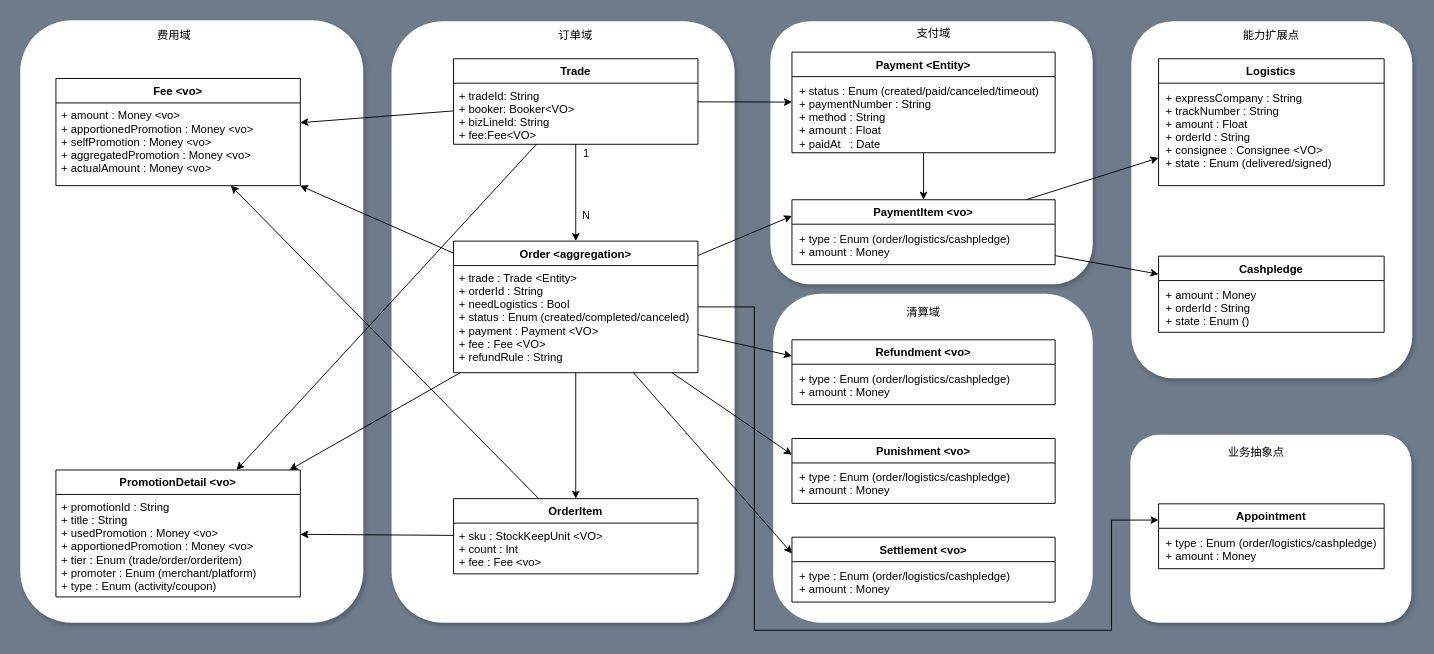
The draw.io diagram page "订单中心UML" (10 of 16) of 业务系统架构.drawio in NonePro/UML, before the edit. Source tidied: cells renumbered, new cells numbered last; positions are measured from the earlier drawing's top-left corner, leaving out a move shared by most shapes. Both pictures are drawn from the tidied source at 94%, with x=0, y=0 at pixel (20, 20).
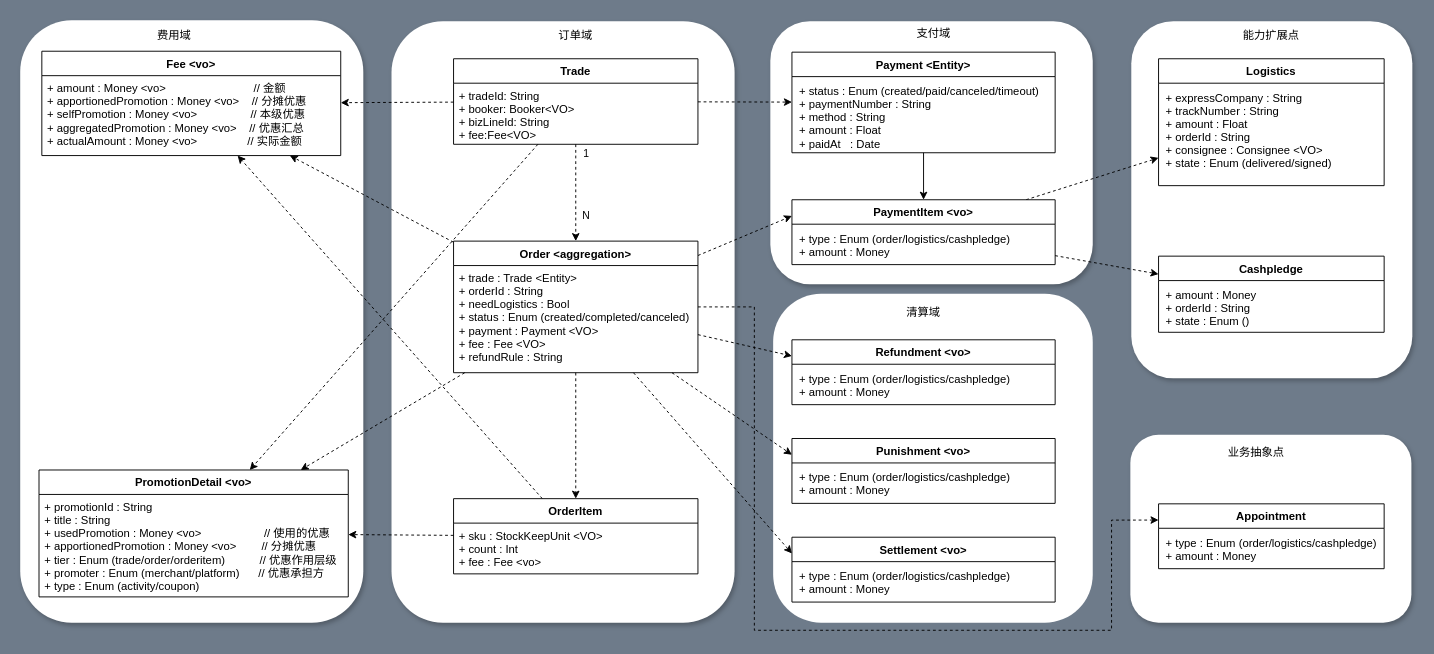
The same diagram, later.

Unchanged cells that the change refers to:
```xml
<mxCell id="15" value="Trade" style="swimlane;fontStyle=1;align=center;verticalAlign=top;horizontal=1;startSize=26;" parent="8" vertex="1">
  <mxGeometry x="461" y="41" width="260" height="91" as="geometry" />
</mxCell>
<mxCell id="25" value="Order &lt;aggregation&gt;" style="swimlane;fontStyle=1;align=center;verticalAlign=top;horizontal=1;startSize=26;" parent="8" vertex="1">
  <mxGeometry x="461" y="235" width="260" height="140" as="geometry" />
</mxCell>
<mxCell id="29" value="OrderItem" style="swimlane;fontStyle=1;align=center;verticalAlign=top;horizontal=1;startSize=26;" parent="8" vertex="1">
  <mxGeometry x="461" y="509" width="260" height="80" as="geometry" />
</mxCell>
<mxCell id="38" value="Payment &lt;Entity&gt;" style="swimlane;fontStyle=1;align=center;verticalAlign=top;horizontal=1;startSize=26;" parent="8" vertex="1">
  <mxGeometry x="821" y="34" width="280" height="107" as="geometry" />
</mxCell>
<mxCell id="40" value="PaymentItem &lt;vo&gt;" style="swimlane;fontStyle=1;align=center;verticalAlign=top;horizontal=1;startSize=26;" parent="8" vertex="1">
  <mxGeometry x="821" y="191" width="280" height="69" as="geometry" />
</mxCell>
<mxCell id="42" value="Refundment &lt;vo&gt;" style="swimlane;fontStyle=1;align=center;verticalAlign=top;horizontal=1;startSize=26;flipH=1;" parent="8" vertex="1">
  <mxGeometry x="821" y="340" width="280" height="69" as="geometry" />
</mxCell>
<mxCell id="44" value="Punishment &lt;vo&gt;" style="swimlane;fontStyle=1;align=center;verticalAlign=top;horizontal=1;startSize=26;flipH=1;" parent="8" vertex="1">
  <mxGeometry x="821" y="445" width="280" height="69" as="geometry" />
</mxCell>
<mxCell id="46" value="Settlement &lt;vo&gt;" style="swimlane;fontStyle=1;align=center;verticalAlign=top;horizontal=1;startSize=26;flipH=1;" parent="8" vertex="1">
  <mxGeometry x="821" y="550" width="280" height="69" as="geometry" />
</mxCell>
<mxCell id="48" value="Logistics" style="swimlane;fontStyle=1;align=center;verticalAlign=top;horizontal=1;startSize=26;" parent="8" vertex="1">
  <mxGeometry x="1211" y="41" width="240" height="135" as="geometry" />
</mxCell>
<mxCell id="50" value="Cashpledge" style="swimlane;fontStyle=1;align=center;verticalAlign=top;horizontal=1;startSize=26;" parent="8" vertex="1">
  <mxGeometry x="1211" y="251" width="240" height="81" as="geometry" />
</mxCell>
<mxCell id="52" value="Appointment" style="swimlane;fontStyle=1;align=center;verticalAlign=top;horizontal=1;startSize=26;" parent="8" vertex="1">
  <mxGeometry x="1211" y="514.5" width="240" height="69" as="geometry" />
</mxCell>
```

The edit, as a diff of the source:
```diff
@@
-    <mxCell id="9" style="edgeStyle=orthogonalEdgeStyle;rounded=0;jettySize=auto;html=1;" parent="8" edge="1" source="15" target="25">
+    <mxCell id="9" style="edgeStyle=orthogonalEdgeStyle;rounded=0;jettySize=auto;html=1;dashed=1;" parent="8" edge="1" source="15" target="25">
       <mxGeometry relative="1" as="geometry" />
     </mxCell>
@@
-    <mxCell id="12" style="edgeStyle=none;rounded=0;jettySize=auto;html=1;fontSize=12;" parent="8" edge="1" source="15" target="34">
+    <mxCell id="12" style="rounded=0;jettySize=auto;html=1;fontSize=12;dashed=1;" parent="8" edge="1" source="15" target="34">
       <mxGeometry relative="1" as="geometry" />
     </mxCell>
-    <mxCell id="13" style="edgeStyle=none;rounded=0;jettySize=auto;html=1;fontSize=12;" parent="8" edge="1" source="15" target="36">
+    <mxCell id="13" style="rounded=0;jettySize=auto;html=1;fontSize=12;dashed=1;" parent="8" edge="1" source="15" target="36">
       <mxGeometry relative="1" as="geometry" />
     </mxCell>
-    <mxCell id="14" style="edgeStyle=none;rounded=0;jettySize=auto;html=1;fontSize=12;" parent="8" edge="1" source="15" target="38">
+    <mxCell id="14" style="edgeStyle=none;rounded=0;jettySize=auto;html=1;fontSize=12;dashed=1;" parent="8" edge="1" source="15" target="38">
       <mxGeometry relative="1" as="geometry" />
     </mxCell>
@@
-    <mxCell id="17" style="edgeStyle=orthogonalEdgeStyle;rounded=0;jettySize=auto;html=1;" parent="8" edge="1" source="25" target="29">
+    <mxCell id="17" style="edgeStyle=orthogonalEdgeStyle;rounded=0;jettySize=auto;html=1;dashed=1;" parent="8" edge="1" source="25" target="29">
       <mxGeometry relative="1" as="geometry" />
     </mxCell>
-    <mxCell id="18" style="edgeStyle=none;rounded=0;jettySize=auto;html=1;fontSize=12;" parent="8" edge="1" source="25" target="34">
+    <mxCell id="18" style="rounded=0;jettySize=auto;html=1;fontSize=12;dashed=1;" parent="8" edge="1" source="25" target="34">
       <mxGeometry relative="1" as="geometry" />
     </mxCell>
-    <mxCell id="19" style="edgeStyle=none;rounded=0;jettySize=auto;html=1;fontSize=12;" parent="8" edge="1" source="25" target="36">
+    <mxCell id="19" style="rounded=0;jettySize=auto;html=1;fontSize=12;dashed=1;" parent="8" edge="1" source="25" target="36">
       <mxGeometry relative="1" as="geometry" />
     </mxCell>
-    <mxCell id="20" style="edgeStyle=none;rounded=0;jettySize=auto;html=1;entryX=0;entryY=0.25;entryDx=0;entryDy=0;fontSize=12;" parent="8" edge="1" source="25" target="40">
+    <mxCell id="20" style="edgeStyle=none;rounded=0;jettySize=auto;html=1;entryX=0;entryY=0.25;entryDx=0;entryDy=0;fontSize=12;dashed=1;" parent="8" edge="1" source="25" target="40">
       <mxGeometry relative="1" as="geometry" />
     </mxCell>
-    <mxCell id="21" style="edgeStyle=orthogonalEdgeStyle;rounded=0;jettySize=auto;html=1;entryX=0;entryY=0.25;entryDx=0;entryDy=0;fontSize=12;" parent="8" edge="1" source="25" target="52">
+    <mxCell id="21" style="edgeStyle=orthogonalEdgeStyle;rounded=0;jettySize=auto;html=1;entryX=0;entryY=0.25;entryDx=0;entryDy=0;fontSize=12;dashed=1;" parent="8" edge="1" source="25" target="52">
       <mxGeometry relative="1" as="geometry">
         <Array as="points">
           <mxPoint x="781" y="305" />
           <mxPoint x="781" y="649" />
           <mxPoint x="1161" y="649" />
           <mxPoint x="1161" y="532" />
         </Array>
       </mxGeometry>
     </mxCell>
-    <mxCell id="22" style="rounded=0;jettySize=auto;html=1;entryX=0;entryY=0.25;entryDx=0;entryDy=0;fontSize=12;" parent="8" edge="1" source="25" target="42">
+    <mxCell id="22" style="rounded=0;jettySize=auto;html=1;entryX=0;entryY=0.25;entryDx=0;entryDy=0;fontSize=12;dashed=1;" parent="8" edge="1" source="25" target="42">
       <mxGeometry relative="1" as="geometry" />
     </mxCell>
-    <mxCell id="23" style="edgeStyle=none;rounded=0;jettySize=auto;html=1;entryX=0;entryY=0.25;entryDx=0;entryDy=0;fontSize=12;" parent="8" edge="1" source="25" target="44">
+    <mxCell id="23" style="edgeStyle=none;rounded=0;jettySize=auto;html=1;entryX=0;entryY=0.25;entryDx=0;entryDy=0;fontSize=12;dashed=1;" parent="8" edge="1" source="25" target="44">
       <mxGeometry relative="1" as="geometry" />
     </mxCell>
-    <mxCell id="24" style="edgeStyle=none;rounded=0;jettySize=auto;html=1;entryX=0;entryY=0.25;entryDx=0;entryDy=0;fontSize=12;" parent="8" edge="1" source="25" target="46">
+    <mxCell id="24" style="edgeStyle=none;rounded=0;jettySize=auto;html=1;entryX=0;entryY=0.25;entryDx=0;entryDy=0;fontSize=12;dashed=1;" parent="8" edge="1" source="25" target="46">
       <mxGeometry relative="1" as="geometry" />
     </mxCell>
@@
-    <mxCell id="27" style="edgeStyle=none;rounded=0;jettySize=auto;html=1;fontSize=12;" parent="8" edge="1" source="29" target="34">
+    <mxCell id="27" style="rounded=0;jettySize=auto;html=1;fontSize=12;dashed=1;" parent="8" edge="1" source="29" target="34">
       <mxGeometry relative="1" as="geometry" />
     </mxCell>
-    <mxCell id="28" style="edgeStyle=none;rounded=0;jettySize=auto;html=1;fontSize=12;" parent="8" edge="1" source="29" target="36">
+    <mxCell id="28" style="rounded=0;jettySize=auto;html=1;fontSize=12;dashed=1;" parent="8" edge="1" source="29" target="36">
       <mxGeometry relative="1" as="geometry" />
     </mxCell>
@@
-    <mxCell id="32" style="edgeStyle=none;rounded=0;jettySize=auto;html=1;fontSize=12;" parent="8" edge="1" source="40" target="48">
+    <mxCell id="32" style="edgeStyle=none;rounded=0;jettySize=auto;html=1;fontSize=12;dashed=1;" parent="8" edge="1" source="40" target="48">
       <mxGeometry relative="1" as="geometry" />
     </mxCell>
-    <mxCell id="33" style="edgeStyle=none;rounded=0;jettySize=auto;html=1;fontSize=12;" parent="8" edge="1" source="40" target="50">
+    <mxCell id="33" style="edgeStyle=none;rounded=0;jettySize=auto;html=1;fontSize=12;dashed=1;" parent="8" edge="1" source="40" target="50">
       <mxGeometry relative="1" as="geometry" />
     </mxCell>
-    <mxCell id="34" value="Fee &lt;vo&gt;" style="swimlane;fontStyle=1;align=center;verticalAlign=top;horizontal=1;startSize=26;" parent="8" vertex="1">
-      <mxGeometry x="38" y="62" width="260" height="114" as="geometry" />
-    </mxCell>
-    <mxCell id="35" value="+ amount : Money &lt;vo&gt;&#10;+ apportionedPromotion : Money &lt;vo&gt;&#10;+ selfPromotion : Money &lt;vo&gt;&#10;+ aggregatedPromotion : Money &lt;vo&gt;&#10;+ actualAmount : Money &lt;vo&gt;" style="text;strokeColor=none;fillColor=none;align=left;verticalAlign=top;spacingLeft=4;spacingRight=4;overflow=hidden;fontSize=12;" parent="34" vertex="1">
-      <mxGeometry y="26" width="260" height="88" as="geometry" />
-    </mxCell>
     <mxCell id="36" value="PromotionDetail &lt;vo&gt;" style="swimlane;fontStyle=1;align=center;verticalAlign=top;horizontal=1;startSize=26;" parent="8" vertex="1">
-      <mxGeometry x="38" y="478.5" width="260" height="135" as="geometry" />
+      <mxGeometry x="20" y="478.5" width="329" height="135" as="geometry" />
     </mxCell>
-    <mxCell id="37" value="+ promotionId : String&#10;+ title : String&#10;+ usedPromotion : Money &lt;vo&gt;&#10;+ apportionedPromotion : Money &lt;vo&gt;&#10;+ tier : Enum (trade/order/orderitem)&#10;+ promoter : Enum (merchant/platform)&#10;+ type : Enum (activity/coupon)" style="text;strokeColor=none;fillColor=none;align=left;verticalAlign=top;spacingLeft=4;spacingRight=4;overflow=hidden;fontSize=12;" parent="36" vertex="1">
-      <mxGeometry y="26" width="260" height="109" as="geometry" />
+    <mxCell id="37" value="+ promotionId : String&#10;+ title : String&#10;+ usedPromotion : Money &lt;vo&gt;                    // 使用的优惠&#10;+ apportionedPromotion : Money &lt;vo&gt;        // 分摊优惠&#10;+ tier : Enum (trade/order/orderitem)           // 优惠作用层级&#10;+ promoter : Enum (merchant/platform)      // 优惠承担方&#10;+ type : Enum (activity/coupon)" style="text;strokeColor=none;fillColor=none;align=left;verticalAlign=top;spacingLeft=4;spacingRight=4;overflow=hidden;fontSize=12;" parent="36" vertex="1">
+      <mxGeometry y="26" width="329" height="109" as="geometry" />
     </mxCell>
@@
+    <mxCell id="34" value="Fee &lt;vo&gt;" style="swimlane;fontStyle=1;align=center;verticalAlign=top;horizontal=1;startSize=26;" parent="8" vertex="1">
+      <mxGeometry x="23" y="33" width="318" height="111" as="geometry" />
+    </mxCell>
+    <mxCell id="35" value="+ amount : Money &lt;vo&gt;                            // 金额&#10;+ apportionedPromotion : Money &lt;vo&gt;    // 分摊优惠&#10;+ selfPromotion : Money &lt;vo&gt;                 // 本级优惠&#10;+ aggregatedPromotion : Money &lt;vo&gt;    // 优惠汇总&#10;+ actualAmount : Money &lt;vo&gt;                // 实际金额" style="text;strokeColor=none;fillColor=none;align=left;verticalAlign=top;spacingLeft=4;spacingRight=4;overflow=hidden;fontSize=12;" parent="34" vertex="1">
+      <mxGeometry y="26" width="318" height="85" as="geometry" />
+    </mxCell>
```
